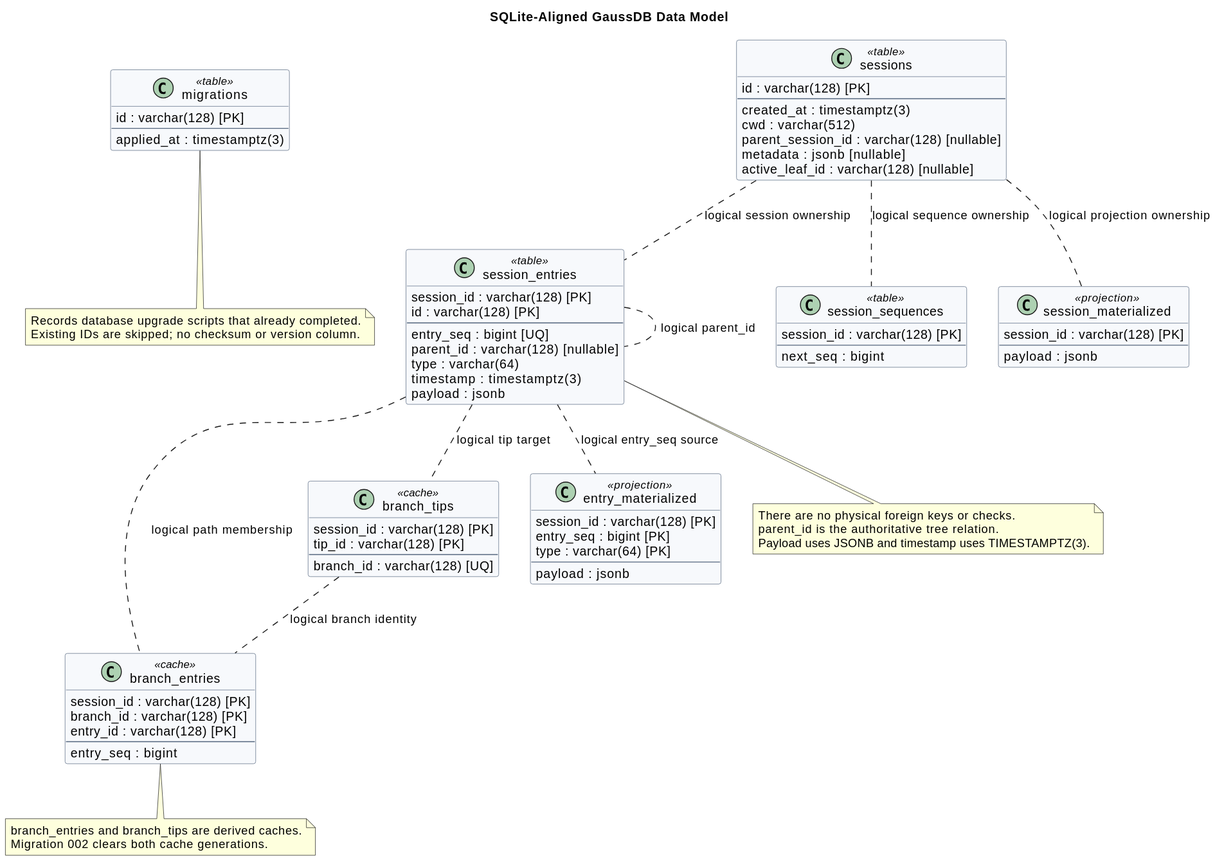
Earlier version of the PlantUML export diagrams/memory/memory-data-model.svg (superheromeZzh/pi-mono-java-design).
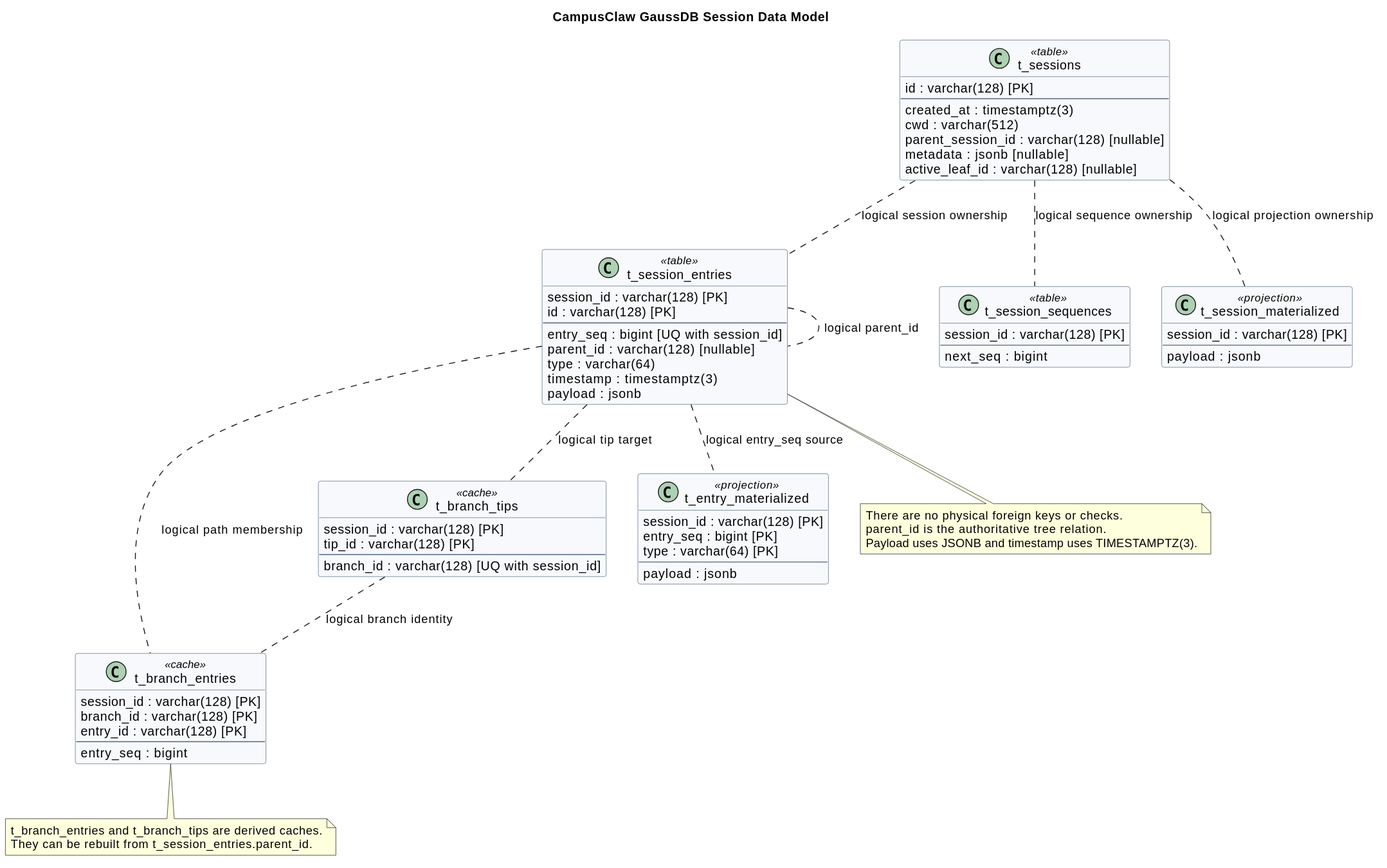
After the change.

Commit message:
docs: externalize CampusClaw schema upgrades

The edit, as a diff of the source:
```diff
@@ -1,5 +1,5 @@
 @startuml
-title SQLite-Aligned GaussDB Data Model
+title CampusClaw GaussDB Session Data Model
 top to bottom direction
 
 skinparam backgroundColor #FFFFFF
@@ -9,13 +9,7 @@
 skinparam classBackgroundColor #F7F9FC
 
 
-class "migrations" as migrations <<table>> {
-  id : varchar(128) [PK]
-  --
-  applied_at : timestamptz(3)
-}
-
-class "sessions" as sessions <<table>> {
+class "t_sessions" as sessions <<table>> {
   id : varchar(128) [PK]
   --
   created_at : timestamptz(3)
@@ -25,24 +19,24 @@
   active_leaf_id : varchar(128) [nullable]
 }
 
-class "session_entries" as session_entries <<table>> {
+class "t_session_entries" as session_entries <<table>> {
   session_id : varchar(128) [PK]
   id : varchar(128) [PK]
   --
-  entry_seq : bigint [UQ]
+  entry_seq : bigint [UQ with session_id]
   parent_id : varchar(128) [nullable]
   type : varchar(64)
   timestamp : timestamptz(3)
   payload : jsonb
 }
 
-class "session_sequences" as session_sequences <<table>> {
+class "t_session_sequences" as session_sequences <<table>> {
   session_id : varchar(128) [PK]
   --
   next_seq : bigint
 }
 
-class "branch_entries" as branch_entries <<cache>> {
+class "t_branch_entries" as branch_entries <<cache>> {
   session_id : varchar(128) [PK]
   branch_id : varchar(128) [PK]
   entry_id : varchar(128) [PK]
@@ -50,20 +44,20 @@
   entry_seq : bigint
 }
 
-class "branch_tips" as branch_tips <<cache>> {
+class "t_branch_tips" as branch_tips <<cache>> {
   session_id : varchar(128) [PK]
   tip_id : varchar(128) [PK]
   --
-  branch_id : varchar(128) [UQ]
+  branch_id : varchar(128) [UQ with session_id]
 }
 
-class "session_materialized" as session_materialized <<projection>> {
+class "t_session_materialized" as session_materialized <<projection>> {
   session_id : varchar(128) [PK]
   --
   payload : jsonb
 }
 
-class "entry_materialized" as entry_materialized <<projection>> {
+class "t_entry_materialized" as entry_materialized <<projection>> {
   session_id : varchar(128) [PK]
   entry_seq : bigint [PK]
   type : varchar(64) [PK]
@@ -87,12 +81,7 @@
 end note
 
 note bottom of branch_entries
-branch_entries and branch_tips are derived caches.
-Migration 002 clears both cache generations.
-end note
-
-note bottom of migrations
-Records database upgrade scripts that already completed.
-Existing IDs are skipped; no checksum or version column.
+t_branch_entries and t_branch_tips are derived caches.
+They can be rebuilt from t_session_entries.parent_id.
 end note
 @enduml
```
